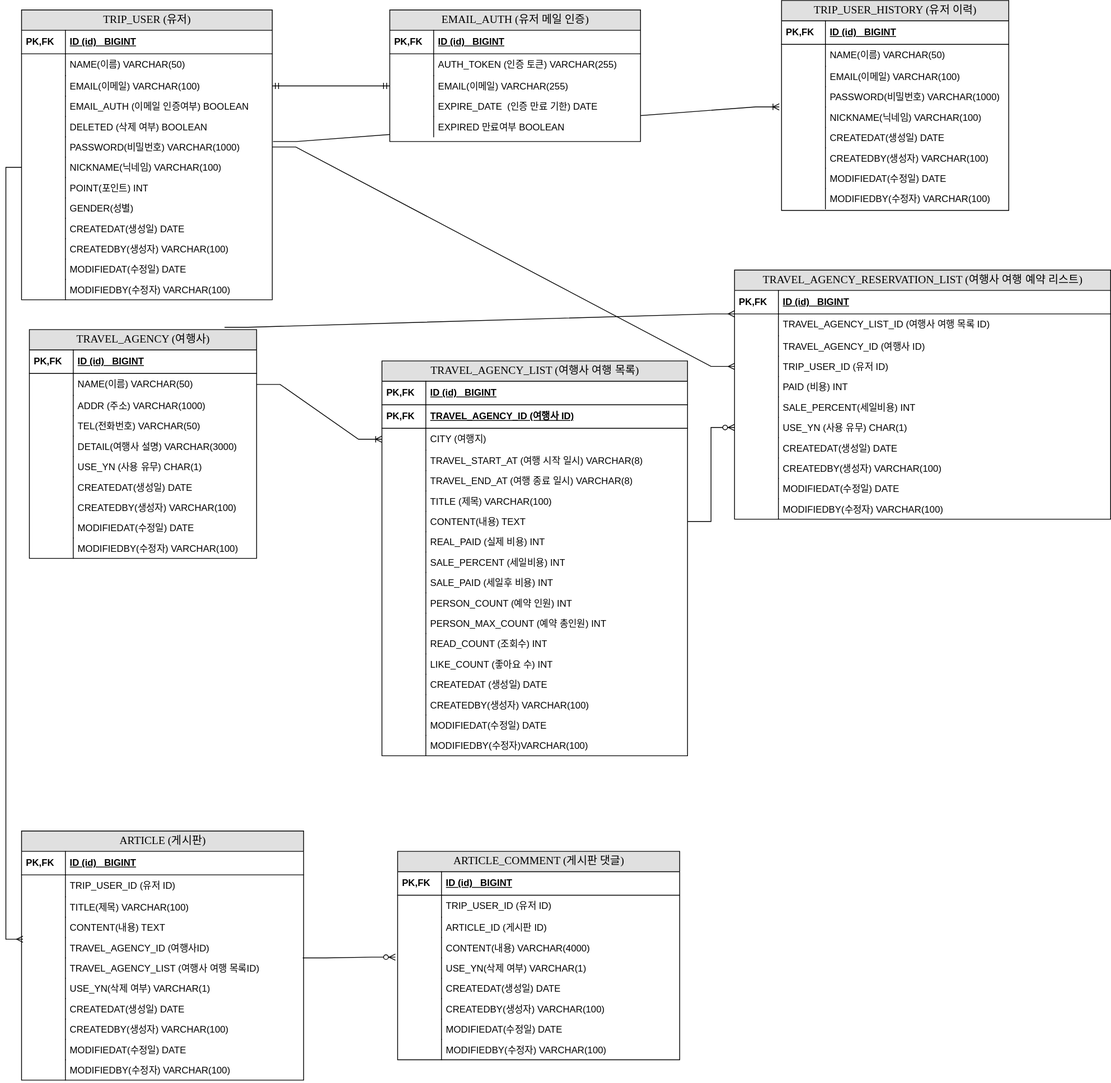
yang-hyunwoo/board-site keeps this draw.io diagram as document/여행 사이트 ERD 다이어그램.drawio.svg. Above is the earlier version. Source tidied: cells renumbered, new cells last; positions are measured from the earlier drawing's top-left corner, leaving out a move shared by most shapes.
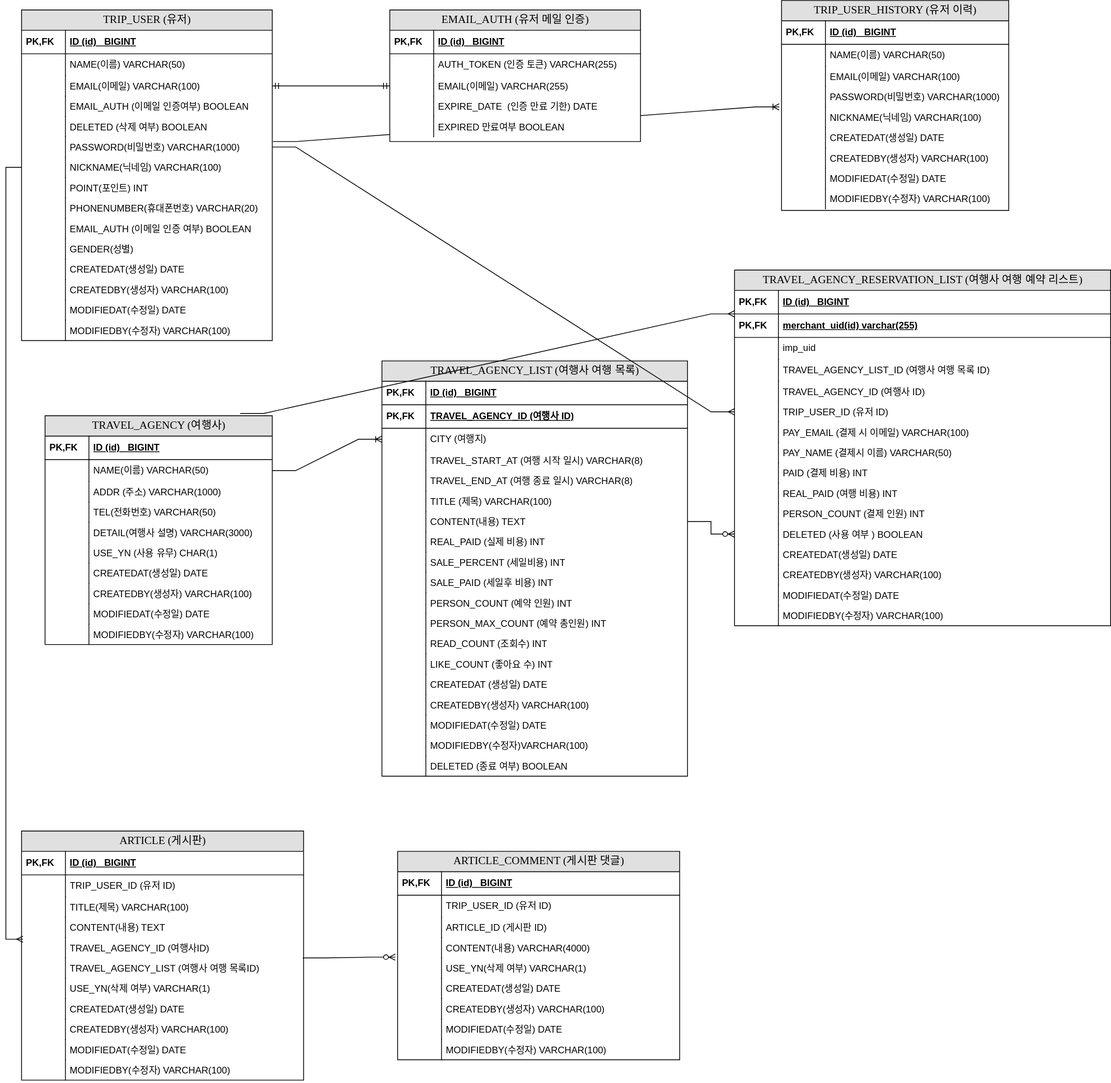
The same file after the commit.

Commit message:
여행 사이트 ERD 다이어그램.drawio.svg 업데이트

Change to the diagram source:
```diff
@@ -5,3 +5,3 @@
     <mxCell id="2" value="TRIP_USER (유저)" style="swimlane;html=1;fontStyle=0;horizontal=1;startSize=26;fillColor=#e0e0e0;swimlaneFillColor=#ffffff;align=center;rounded=0;shadow=0;comic=0;labelBackgroundColor=none;strokeWidth=1;fontFamily=Verdana;fontSize=14;" parent="1" vertex="1">
-      <mxGeometry y="12" width="320" height="370" as="geometry" />
+      <mxGeometry y="12" width="320" height="422" as="geometry" />
     </mxCell>
@@ -55,4 +55,16 @@
     </mxCell>
+    <mxCell id="190" value="PHONENUMBER(휴대폰번호) VARCHAR(20)" style="shape=partialRectangle;top=0;left=0;right=0;bottom=0;html=1;align=left;verticalAlign=top;fillColor=none;spacingLeft=60;spacingRight=4;whiteSpace=wrap;overflow=hidden;" parent="2" vertex="1">
+      <mxGeometry y="240" width="320" height="26" as="geometry" />
+    </mxCell>
+    <mxCell id="191" style="shape=partialRectangle;top=0;left=0;bottom=0;html=1;fillColor=none;align=left;verticalAlign=top;spacingLeft=4;spacingRight=4;whiteSpace=wrap;overflow=hidden;" parent="190" vertex="1">
+      <mxGeometry width="56" height="26" as="geometry" />
+    </mxCell>
+    <mxCell id="192" value="EMAIL_AUTH (이메일 인증 여부) BOOLEAN" style="shape=partialRectangle;top=0;left=0;right=0;bottom=0;html=1;align=left;verticalAlign=top;fillColor=none;spacingLeft=60;spacingRight=4;whiteSpace=wrap;overflow=hidden;" parent="2" vertex="1">
+      <mxGeometry y="266" width="320" height="26" as="geometry" />
+    </mxCell>
+    <mxCell id="193" style="shape=partialRectangle;top=0;left=0;bottom=0;html=1;fillColor=none;align=left;verticalAlign=top;spacingLeft=4;spacingRight=4;whiteSpace=wrap;overflow=hidden;" parent="192" vertex="1">
+      <mxGeometry width="56" height="26" as="geometry" />
+    </mxCell>
     <mxCell id="19" value="GENDER(성별)" style="shape=partialRectangle;top=0;left=0;right=0;bottom=0;html=1;align=left;verticalAlign=top;fillColor=none;spacingLeft=60;spacingRight=4;whiteSpace=wrap;overflow=hidden;" parent="2" vertex="1">
-      <mxGeometry y="240" width="320" height="26" as="geometry" />
+      <mxGeometry y="292" width="320" height="26" as="geometry" />
     </mxCell>
@@ -62,3 +74,3 @@
     <mxCell id="21" value="CREATEDAT(생성일) DATE" style="shape=partialRectangle;top=0;left=0;right=0;bottom=0;html=1;align=left;verticalAlign=top;fillColor=none;spacingLeft=60;spacingRight=4;whiteSpace=wrap;overflow=hidden;" parent="2" vertex="1">
-      <mxGeometry y="266" width="320" height="26" as="geometry" />
+      <mxGeometry y="318" width="320" height="26" as="geometry" />
     </mxCell>
@@ -68,3 +80,3 @@
     <mxCell id="23" value="CREATEDBY(생성자) VARCHAR(100)" style="shape=partialRectangle;top=0;left=0;right=0;bottom=0;html=1;align=left;verticalAlign=top;fillColor=none;spacingLeft=60;spacingRight=4;whiteSpace=wrap;overflow=hidden;" parent="2" vertex="1">
-      <mxGeometry y="292" width="320" height="26" as="geometry" />
+      <mxGeometry y="344" width="320" height="26" as="geometry" />
     </mxCell>
@@ -74,3 +86,3 @@
     <mxCell id="25" value="MODIFIEDAT(수정일) DATE" style="shape=partialRectangle;top=0;left=0;right=0;bottom=0;html=1;align=left;verticalAlign=top;fillColor=none;spacingLeft=60;spacingRight=4;whiteSpace=wrap;overflow=hidden;" parent="2" vertex="1">
-      <mxGeometry y="318" width="320" height="26" as="geometry" />
+      <mxGeometry y="370" width="320" height="26" as="geometry" />
     </mxCell>
@@ -80,3 +92,3 @@
     <mxCell id="27" value="MODIFIEDBY(수정자) VARCHAR(100)" style="shape=partialRectangle;top=0;left=0;right=0;bottom=0;html=1;align=left;verticalAlign=top;fillColor=none;spacingLeft=60;spacingRight=4;whiteSpace=wrap;overflow=hidden;" parent="2" vertex="1">
-      <mxGeometry y="344" width="320" height="26" as="geometry" />
+      <mxGeometry y="396" width="320" height="26" as="geometry" />
     </mxCell>
@@ -146,3 +158,3 @@
     <mxCell id="49" value="TRAVEL_AGENCY (여행사)" style="swimlane;html=1;fontStyle=0;horizontal=1;startSize=26;fillColor=#e0e0e0;swimlaneFillColor=#ffffff;align=center;rounded=0;shadow=0;comic=0;labelBackgroundColor=none;strokeWidth=1;fontFamily=Verdana;fontSize=14;" parent="1" vertex="1">
-      <mxGeometry x="10" y="420" width="290" height="292" as="geometry" />
+      <mxGeometry x="30" y="530" width="290" height="292" as="geometry" />
     </mxCell>
@@ -209,3 +221,3 @@
     <mxCell id="70" value="TRAVEL_AGENCY_LIST (여행사 여행 목록)" style="swimlane;html=1;fontStyle=0;horizontal=1;startSize=26;fillColor=#e0e0e0;swimlaneFillColor=#ffffff;align=center;rounded=0;shadow=0;comic=0;labelBackgroundColor=none;strokeWidth=1;fontFamily=Verdana;fontSize=14;" parent="1" vertex="1">
-      <mxGeometry x="460" y="460" width="390" height="504" as="geometry" />
+      <mxGeometry x="460" y="460" width="390" height="530" as="geometry" />
     </mxCell>
@@ -319,2 +331,8 @@
     </mxCell>
+    <mxCell id="194" value="DELETED (종료 여부) BOOLEAN" style="shape=partialRectangle;top=0;left=0;right=0;bottom=0;html=1;align=left;verticalAlign=top;fillColor=none;spacingLeft=60;spacingRight=4;whiteSpace=wrap;overflow=hidden;" parent="70" vertex="1">
+      <mxGeometry y="504" width="390" height="26" as="geometry" />
+    </mxCell>
+    <mxCell id="195" style="shape=partialRectangle;top=0;left=0;bottom=0;html=1;fillColor=none;align=left;verticalAlign=top;spacingLeft=4;spacingRight=4;whiteSpace=wrap;overflow=hidden;" parent="194" vertex="1">
+      <mxGeometry width="56" height="26" as="geometry" />
+    </mxCell>
     <mxCell id="107" style="edgeStyle=entityRelationEdgeStyle;fontSize=12;html=1;endArrow=ERoneToMany;rounded=0;exitX=1;exitY=0.5;exitDx=0;exitDy=0;" parent="1" edge="1" source="52" target="75">
@@ -323,3 +341,3 @@
     <mxCell id="108" value="TRAVEL_AGENCY_RESERVATION_LIST (여행사 여행 예약 리스트)" style="swimlane;html=1;fontStyle=0;horizontal=1;startSize=26;fillColor=#e0e0e0;swimlaneFillColor=#ffffff;align=center;rounded=0;shadow=0;comic=0;labelBackgroundColor=none;strokeWidth=1;fontFamily=Verdana;fontSize=14;" parent="1" vertex="1">
-      <mxGeometry x="910" y="344" width="480" height="318" as="geometry" />
+      <mxGeometry x="910" y="344" width="480" height="454" as="geometry" />
     </mxCell>
@@ -331,4 +349,10 @@
     </mxCell>
+    <mxCell id="196" value="merchant_uid(id) varchar(255)" style="shape=partialRectangle;top=0;left=0;right=0;bottom=1;html=1;align=left;verticalAlign=middle;fillColor=none;spacingLeft=60;spacingRight=4;whiteSpace=wrap;overflow=hidden;fontStyle=5;" parent="108" vertex="1">
+      <mxGeometry y="56" width="480" height="30" as="geometry" />
+    </mxCell>
+    <mxCell id="197" value="PK,FK" style="shape=partialRectangle;fontStyle=1;top=0;left=0;bottom=0;html=1;fillColor=none;align=left;verticalAlign=middle;spacingLeft=4;spacingRight=4;whiteSpace=wrap;overflow=hidden;" parent="196" vertex="1">
+      <mxGeometry width="56" height="30" as="geometry" />
+    </mxCell>
-    <mxCell id="111" value="TRAVEL_AGENCY_LIST_ID (여행사 여행 목록 ID)" style="shape=partialRectangle;top=0;left=0;right=0;bottom=0;html=1;align=left;verticalAlign=top;fillColor=none;spacingLeft=60;spacingRight=4;whiteSpace=wrap;overflow=hidden;" parent="108" vertex="1">
-      <mxGeometry y="56" width="480" height="28" as="geometry" />
+    <mxCell id="111" value="imp_uid" style="shape=partialRectangle;top=0;left=0;right=0;bottom=0;html=1;align=left;verticalAlign=top;fillColor=none;spacingLeft=60;spacingRight=4;whiteSpace=wrap;overflow=hidden;" parent="108" vertex="1">
+      <mxGeometry y="86" width="480" height="28" as="geometry" />
     </mxCell>
@@ -337,4 +361,10 @@
     </mxCell>
+    <mxCell id="198" value="TRAVEL_AGENCY_LIST_ID (여행사 여행 목록 ID)" style="shape=partialRectangle;top=0;left=0;right=0;bottom=0;html=1;align=left;verticalAlign=top;fillColor=none;spacingLeft=60;spacingRight=4;whiteSpace=wrap;overflow=hidden;" parent="108" vertex="1">
+      <mxGeometry y="114" width="480" height="28" as="geometry" />
+    </mxCell>
+    <mxCell id="199" style="shape=partialRectangle;top=0;left=0;bottom=0;html=1;fillColor=none;align=left;verticalAlign=top;spacingLeft=4;spacingRight=4;whiteSpace=wrap;overflow=hidden;" parent="198" vertex="1">
+      <mxGeometry width="56" height="28" as="geometry" />
+    </mxCell>
     <mxCell id="113" value="TRAVEL_AGENCY_ID (여행사 ID)" style="shape=partialRectangle;top=0;left=0;right=0;bottom=0;html=1;align=left;verticalAlign=top;fillColor=none;spacingLeft=60;spacingRight=4;whiteSpace=wrap;overflow=hidden;" parent="108" vertex="1">
-      <mxGeometry y="84" width="480" height="26" as="geometry" />
+      <mxGeometry y="142" width="480" height="26" as="geometry" />
     </mxCell>
@@ -344,3 +374,3 @@
     <mxCell id="115" value="TRIP_USER_ID (유저 ID)" style="shape=partialRectangle;top=0;left=0;right=0;bottom=0;html=1;align=left;verticalAlign=top;fillColor=none;spacingLeft=60;spacingRight=4;whiteSpace=wrap;overflow=hidden;points=[[0,0.5],[1,0.5]];portConstraint=eastwest;" parent="108" vertex="1">
-      <mxGeometry y="110" width="480" height="26" as="geometry" />
+      <mxGeometry y="168" width="480" height="26" as="geometry" />
     </mxCell>
@@ -349,4 +379,16 @@
     </mxCell>
+    <mxCell id="200" value="PAY_EMAIL (결제 시 이메일) VARCHAR(100)" style="shape=partialRectangle;top=0;left=0;right=0;bottom=0;html=1;align=left;verticalAlign=top;fillColor=none;spacingLeft=60;spacingRight=4;whiteSpace=wrap;overflow=hidden;" parent="108" vertex="1">
+      <mxGeometry y="194" width="480" height="26" as="geometry" />
+    </mxCell>
+    <mxCell id="201" style="shape=partialRectangle;top=0;left=0;bottom=0;html=1;fillColor=none;align=left;verticalAlign=top;spacingLeft=4;spacingRight=4;whiteSpace=wrap;overflow=hidden;" parent="200" vertex="1">
+      <mxGeometry width="56" height="26" as="geometry" />
+    </mxCell>
+    <mxCell id="202" value="PAY_NAME (결제시 이름) VARCHAR(50)" style="shape=partialRectangle;top=0;left=0;right=0;bottom=0;html=1;align=left;verticalAlign=top;fillColor=none;spacingLeft=60;spacingRight=4;whiteSpace=wrap;overflow=hidden;" parent="108" vertex="1">
+      <mxGeometry y="220" width="480" height="26" as="geometry" />
+    </mxCell>
+    <mxCell id="203" style="shape=partialRectangle;top=0;left=0;bottom=0;html=1;fillColor=none;align=left;verticalAlign=top;spacingLeft=4;spacingRight=4;whiteSpace=wrap;overflow=hidden;" parent="202" vertex="1">
+      <mxGeometry width="56" height="26" as="geometry" />
+    </mxCell>
-    <mxCell id="117" value="PAID (비용) INT" style="shape=partialRectangle;top=0;left=0;right=0;bottom=0;html=1;align=left;verticalAlign=top;fillColor=none;spacingLeft=60;spacingRight=4;whiteSpace=wrap;overflow=hidden;" parent="108" vertex="1">
-      <mxGeometry y="136" width="480" height="26" as="geometry" />
+    <mxCell id="117" value="PAID (결제 비용) INT" style="shape=partialRectangle;top=0;left=0;right=0;bottom=0;html=1;align=left;verticalAlign=top;fillColor=none;spacingLeft=60;spacingRight=4;whiteSpace=wrap;overflow=hidden;" parent="108" vertex="1">
+      <mxGeometry y="246" width="480" height="26" as="geometry" />
     </mxCell>
@@ -355,4 +397,4 @@
     </mxCell>
-    <mxCell id="119" value="SALE_PERCENT(세일비용) INT" style="shape=partialRectangle;top=0;left=0;right=0;bottom=0;html=1;align=left;verticalAlign=top;fillColor=none;spacingLeft=60;spacingRight=4;whiteSpace=wrap;overflow=hidden;" parent="108" vertex="1">
-      <mxGeometry y="162" width="480" height="26" as="geometry" />
+    <mxCell id="119" value="REAL_PAID (여행 비용) INT" style="shape=partialRectangle;top=0;left=0;right=0;bottom=0;html=1;align=left;verticalAlign=top;fillColor=none;spacingLeft=60;spacingRight=4;whiteSpace=wrap;overflow=hidden;" parent="108" vertex="1">
+      <mxGeometry y="272" width="480" height="26" as="geometry" />
     </mxCell>
@@ -361,4 +403,10 @@
     </mxCell>
+    <mxCell id="204" value="PERSON_COUNT (결제 인원) INT" style="shape=partialRectangle;top=0;left=0;right=0;bottom=0;html=1;align=left;verticalAlign=top;fillColor=none;spacingLeft=60;spacingRight=4;whiteSpace=wrap;overflow=hidden;" parent="108" vertex="1">
+      <mxGeometry y="298" width="480" height="26" as="geometry" />
+    </mxCell>
+    <mxCell id="205" style="shape=partialRectangle;top=0;left=0;bottom=0;html=1;fillColor=none;align=left;verticalAlign=top;spacingLeft=4;spacingRight=4;whiteSpace=wrap;overflow=hidden;" parent="204" vertex="1">
+      <mxGeometry width="56" height="26" as="geometry" />
+    </mxCell>
-    <mxCell id="121" value="USE_YN (사용 유무) CHAR(1)" style="shape=partialRectangle;top=0;left=0;right=0;bottom=0;html=1;align=left;verticalAlign=top;fillColor=none;spacingLeft=60;spacingRight=4;whiteSpace=wrap;overflow=hidden;points=[[0,0.5],[1,0.5]];portConstraint=eastwest;" parent="108" vertex="1">
-      <mxGeometry y="188" width="480" height="26" as="geometry" />
+    <mxCell id="121" value="DELETED (사용 여부 ) BOOLEAN" style="shape=partialRectangle;top=0;left=0;right=0;bottom=0;html=1;align=left;verticalAlign=top;fillColor=none;spacingLeft=60;spacingRight=4;whiteSpace=wrap;overflow=hidden;points=[[0,0.5],[1,0.5]];portConstraint=eastwest;" parent="108" vertex="1">
+      <mxGeometry y="324" width="480" height="26" as="geometry" />
     </mxCell>
@@ -368,3 +416,3 @@
     <mxCell id="123" value="CREATEDAT(생성일) DATE" style="shape=partialRectangle;top=0;left=0;right=0;bottom=0;html=1;align=left;verticalAlign=top;fillColor=none;spacingLeft=60;spacingRight=4;whiteSpace=wrap;overflow=hidden;" parent="108" vertex="1">
-      <mxGeometry y="214" width="480" height="26" as="geometry" />
+      <mxGeometry y="350" width="480" height="26" as="geometry" />
     </mxCell>
@@ -374,3 +422,3 @@
     <mxCell id="125" value="CREATEDBY(생성자) VARCHAR(100)" style="shape=partialRectangle;top=0;left=0;right=0;bottom=0;html=1;align=left;verticalAlign=top;fillColor=none;spacingLeft=60;spacingRight=4;whiteSpace=wrap;overflow=hidden;" parent="108" vertex="1">
-      <mxGeometry y="240" width="480" height="26" as="geometry" />
+      <mxGeometry y="376" width="480" height="26" as="geometry" />
     </mxCell>
@@ -380,3 +428,3 @@
     <mxCell id="127" value="MODIFIEDAT(수정일) DATE" style="shape=partialRectangle;top=0;left=0;right=0;bottom=0;html=1;align=left;verticalAlign=top;fillColor=none;spacingLeft=60;spacingRight=4;whiteSpace=wrap;overflow=hidden;" parent="108" vertex="1">
-      <mxGeometry y="266" width="480" height="26" as="geometry" />
+      <mxGeometry y="402" width="480" height="26" as="geometry" />
     </mxCell>
@@ -386,3 +434,3 @@
     <mxCell id="129" value="MODIFIEDBY(수정자) VARCHAR(100)" style="shape=partialRectangle;top=0;left=0;right=0;bottom=0;html=1;align=left;verticalAlign=top;fillColor=none;spacingLeft=60;spacingRight=4;whiteSpace=wrap;overflow=hidden;" parent="108" vertex="1">
-      <mxGeometry y="292" width="480" height="26" as="geometry" />
+      <mxGeometry y="428" width="480" height="26" as="geometry" />
     </mxCell>
```
